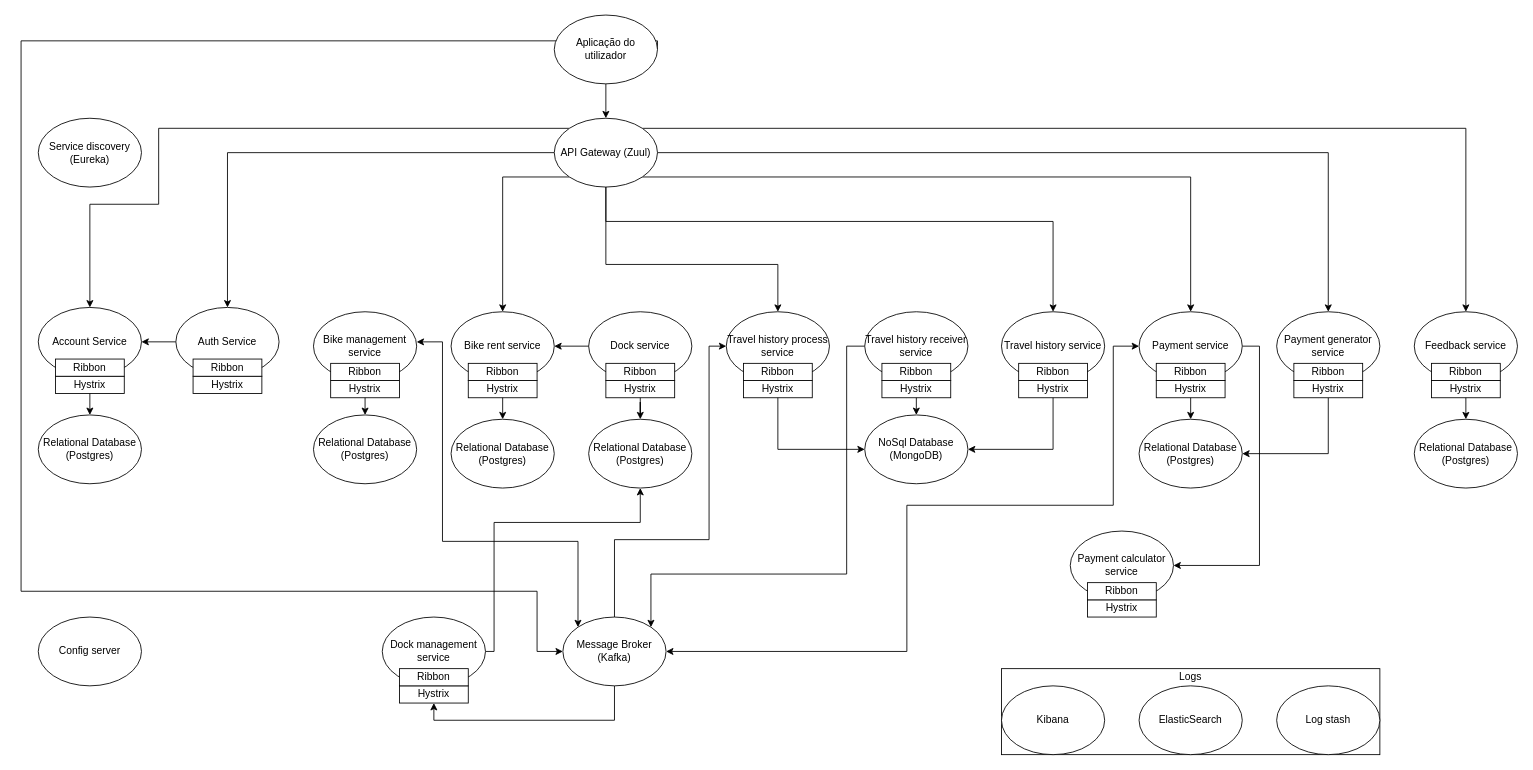
The draw.io diagram architecture.drawio in danielpinto8zz6/BikeSharing, before the edit. Source tidied: cells renumbered, new cells numbered last; positions are measured from the earlier drawing's top-left corner, leaving out a move shared by most shapes. Both pictures are drawn from the tidied source at 86%, with x=0, y=0 at pixel (21, 15).
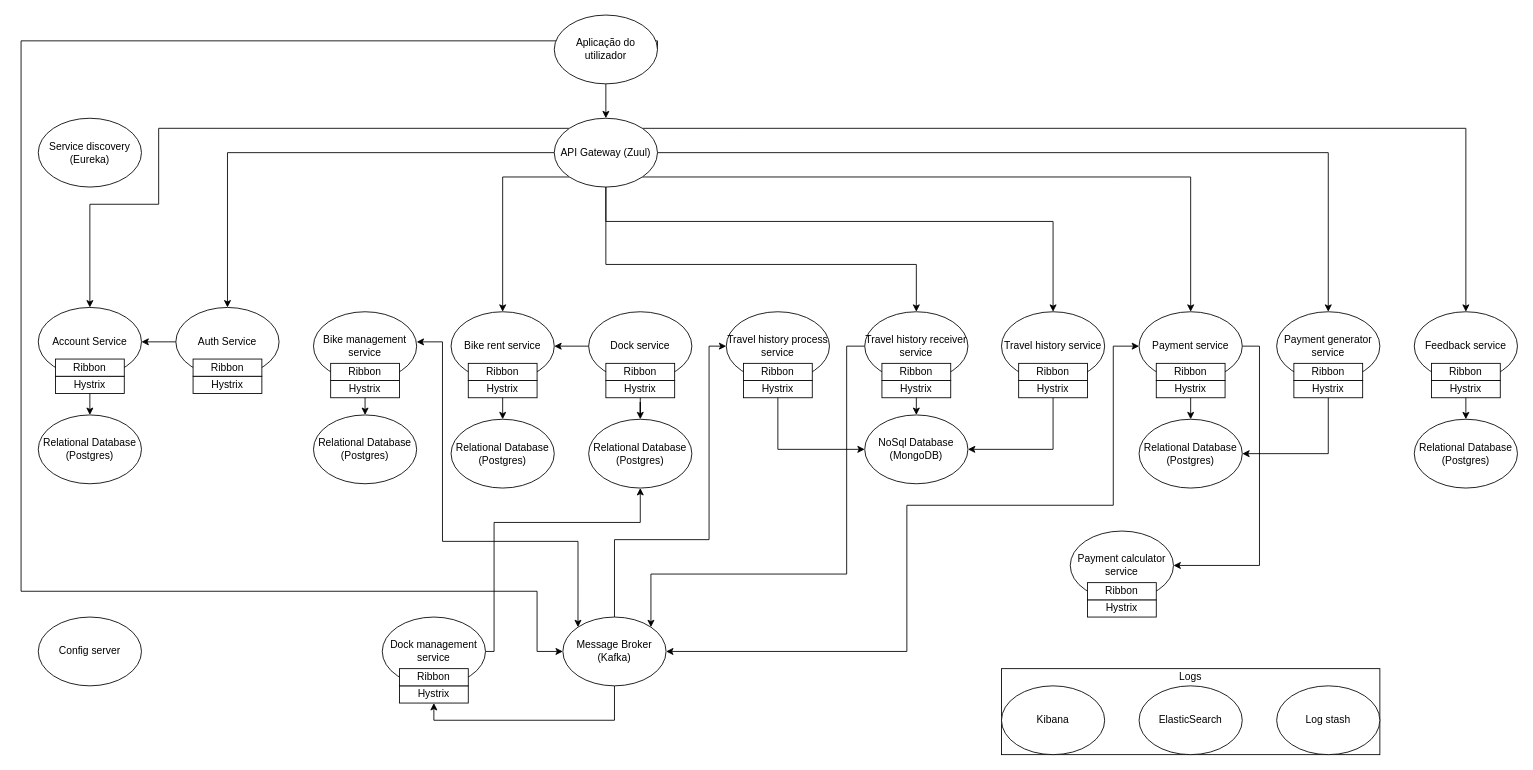
After the change.

The change refers to these unchanged cells:
```xml
<mxCell id="14" value="API Gateway (Zuul)" style="ellipse;whiteSpace=wrap;html=1;" parent="1" vertex="1">
  <mxGeometry x="620" y="120" width="120" height="80" as="geometry" />
</mxCell>
<mxCell id="33" value="Travel history process service" style="ellipse;whiteSpace=wrap;html=1;" parent="1" vertex="1">
  <mxGeometry x="820" y="345" width="120" height="80" as="geometry" />
</mxCell>
<mxCell id="95" value="Travel history receiver service" style="ellipse;whiteSpace=wrap;html=1;" parent="1" vertex="1">
  <mxGeometry x="981" y="345" width="120" height="80" as="geometry" />
</mxCell>
```

Change to the diagram source:
```diff
@@
-    <mxCell id="13" style="edgeStyle=orthogonalEdgeStyle;rounded=0;jettySize=auto;html=1;" parent="1" edge="1" source="14" target="33">
+    <mxCell id="13" style="edgeStyle=orthogonalEdgeStyle;rounded=0;jettySize=auto;html=1;entryX=0.5;entryY=0;entryDx=0;entryDy=0;" parent="1" edge="1" source="14" target="95">
       <mxGeometry relative="1" as="geometry">
         <Array as="points">
           <mxPoint x="680" y="290" />
-          <mxPoint x="880" y="290" />
+          <mxPoint x="1041" y="290" />
         </Array>
       </mxGeometry>
     </mxCell>
```
